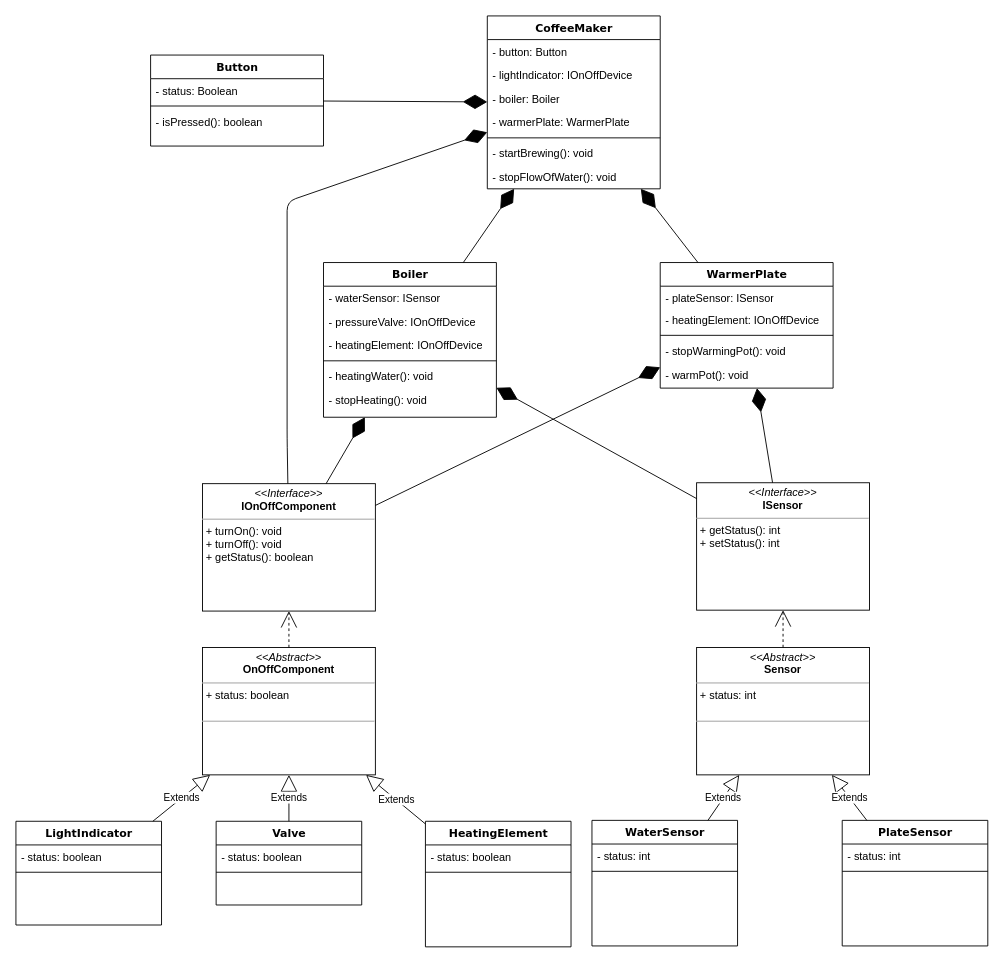
The draw.io diagram Resources/CoffeeMaker.drawio in aburgosu/CoffeeMaker-JAM, before the edit. Source tidied: cells renumbered, new cells numbered last; positions are measured from the earlier drawing's top-left corner, leaving out a move shared by most shapes. Both pictures are drawn from the tidied source at 91%, with x=0, y=0 at pixel (15, 15).
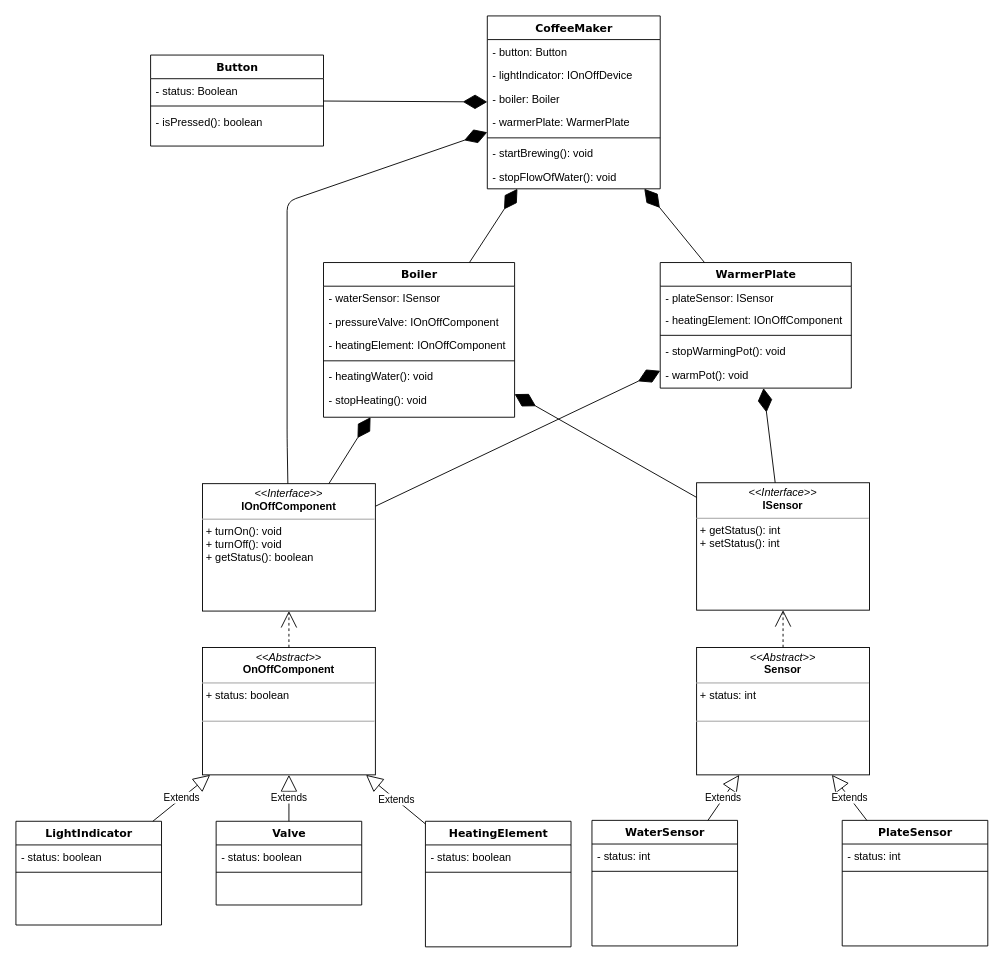
The same diagram, later.

Commit message (it also covers changes not shown here):
Class diagram little change

Change to the diagram source:
```diff
@@
     <mxCell id="23" value="Boiler" style="swimlane;html=1;fontStyle=1;align=center;verticalAlign=top;horizontal=1;startSize=26;swimlaneFillColor=#ffffff;rounded=0;shadow=0;comic=0;labelBackgroundColor=none;strokeColor=#000000;strokeWidth=1;fillColor=none;fontFamily=Verdana;fontSize=12;fontColor=#000000;" parent="1" vertex="1">
-      <mxGeometry x="338" y="271" width="190" height="170" as="geometry" />
+      <mxGeometry x="338" y="271" width="210" height="170" as="geometry" />
     </mxCell>
     <mxCell id="24" value="- waterSensor: ISensor&lt;br&gt;" style="text;html=1;strokeColor=none;fillColor=none;align=left;verticalAlign=top;spacingLeft=4;spacingRight=4;whiteSpace=wrap;overflow=hidden;" parent="23" vertex="1">
-      <mxGeometry y="26" width="190" height="26" as="geometry" />
+      <mxGeometry y="26" width="210" height="26" as="geometry" />
     </mxCell>
-    <mxCell id="25" value="- pressureValve: IOnOffDevice&lt;br&gt;&lt;br&gt;" style="text;html=1;strokeColor=none;fillColor=none;align=left;verticalAlign=top;spacingLeft=4;spacingRight=4;whiteSpace=wrap;overflow=hidden;" parent="23" vertex="1">
-      <mxGeometry y="52" width="190" height="26" as="geometry" />
+    <mxCell id="25" value="- pressureValve: IOnOffComponent&lt;br&gt;" style="text;html=1;strokeColor=none;fillColor=none;align=left;verticalAlign=top;spacingLeft=4;spacingRight=4;whiteSpace=wrap;overflow=hidden;" parent="23" vertex="1">
+      <mxGeometry y="52" width="210" height="26" as="geometry" />
     </mxCell>
-    <mxCell id="26" value="- heatingElement: IOnOffDevice&lt;br&gt;" style="text;html=1;strokeColor=none;fillColor=none;align=left;verticalAlign=top;spacingLeft=4;spacingRight=4;whiteSpace=wrap;overflow=hidden;" parent="23" vertex="1">
-      <mxGeometry y="78" width="190" height="26" as="geometry" />
+    <mxCell id="26" value="- heatingElement: IOnOffComponent&lt;br&gt;" style="text;html=1;strokeColor=none;fillColor=none;align=left;verticalAlign=top;spacingLeft=4;spacingRight=4;whiteSpace=wrap;overflow=hidden;" parent="23" vertex="1">
+      <mxGeometry y="78" width="210" height="26" as="geometry" />
     </mxCell>
     <mxCell id="27" style="line;html=1;strokeWidth=1;fillColor=none;align=left;verticalAlign=middle;spacingTop=-1;spacingLeft=3;spacingRight=3;labelPosition=right;" parent="23" vertex="1">
-      <mxGeometry y="104" width="190" height="8" as="geometry" />
+      <mxGeometry y="104" width="210" height="8" as="geometry" />
     </mxCell>
     <mxCell id="28" value="- heatingWater(): void&lt;br&gt;" style="text;html=1;strokeColor=none;fillColor=none;align=left;verticalAlign=top;spacingLeft=4;spacingRight=4;whiteSpace=wrap;overflow=hidden;" parent="23" vertex="1">
-      <mxGeometry y="112" width="190" height="26" as="geometry" />
+      <mxGeometry y="112" width="210" height="26" as="geometry" />
     </mxCell>
     <mxCell id="29" value="- stopHeating(): void&lt;br&gt;" style="text;html=1;strokeColor=none;fillColor=none;align=left;verticalAlign=top;spacingLeft=4;spacingRight=4;whiteSpace=wrap;overflow=hidden;" parent="23" vertex="1">
-      <mxGeometry y="138" width="190" height="26" as="geometry" />
+      <mxGeometry y="138" width="210" height="26" as="geometry" />
     </mxCell>
     <mxCell id="30" value="WarmerPlate" style="swimlane;html=1;fontStyle=1;align=center;verticalAlign=top;horizontal=1;startSize=26;swimlaneFillColor=#ffffff;rounded=0;shadow=0;comic=0;labelBackgroundColor=none;strokeColor=#000000;strokeWidth=1;fillColor=none;fontFamily=Verdana;fontSize=12;fontColor=#000000;" parent="1" vertex="1">
-      <mxGeometry x="708" y="271" width="190" height="138" as="geometry" />
+      <mxGeometry x="708" y="271" width="210" height="138" as="geometry" />
     </mxCell>
     <mxCell id="31" value="- plateSensor: ISensor" style="text;html=1;strokeColor=none;fillColor=none;align=left;verticalAlign=top;spacingLeft=4;spacingRight=4;whiteSpace=wrap;overflow=hidden;" parent="30" vertex="1">
-      <mxGeometry y="26" width="190" height="24" as="geometry" />
+      <mxGeometry y="26" width="210" height="24" as="geometry" />
     </mxCell>
-    <mxCell id="32" value="- heatingElement: IOnOffDevice" style="text;html=1;strokeColor=none;fillColor=none;align=left;verticalAlign=top;spacingLeft=4;spacingRight=4;whiteSpace=wrap;overflow=hidden;" parent="30" vertex="1">
-      <mxGeometry y="50" width="190" height="26" as="geometry" />
+    <mxCell id="32" value="- heatingElement: IOnOffComponent" style="text;html=1;strokeColor=none;fillColor=none;align=left;verticalAlign=top;spacingLeft=4;spacingRight=4;whiteSpace=wrap;overflow=hidden;" parent="30" vertex="1">
+      <mxGeometry y="50" width="210" height="26" as="geometry" />
     </mxCell>
     <mxCell id="33" style="line;html=1;strokeWidth=1;fillColor=none;align=left;verticalAlign=middle;spacingTop=-1;spacingLeft=3;spacingRight=3;labelPosition=right;" parent="30" vertex="1">
-      <mxGeometry y="76" width="190" height="8" as="geometry" />
+      <mxGeometry y="76" width="210" height="8" as="geometry" />
     </mxCell>
     <mxCell id="34" value="- stopWarmingPot(): void" style="text;html=1;strokeColor=none;fillColor=none;align=left;verticalAlign=top;spacingLeft=4;spacingRight=4;whiteSpace=wrap;overflow=hidden;" parent="30" vertex="1">
-      <mxGeometry y="84" width="190" height="26" as="geometry" />
+      <mxGeometry y="84" width="210" height="26" as="geometry" />
     </mxCell>
     <mxCell id="35" value="- warmPot(): void" style="text;html=1;strokeColor=none;fillColor=none;align=left;verticalAlign=top;spacingLeft=4;spacingRight=4;whiteSpace=wrap;overflow=hidden;" parent="30" vertex="1">
-      <mxGeometry y="110" width="190" height="26" as="geometry" />
+      <mxGeometry y="110" width="210" height="26" as="geometry" />
     </mxCell>
```
